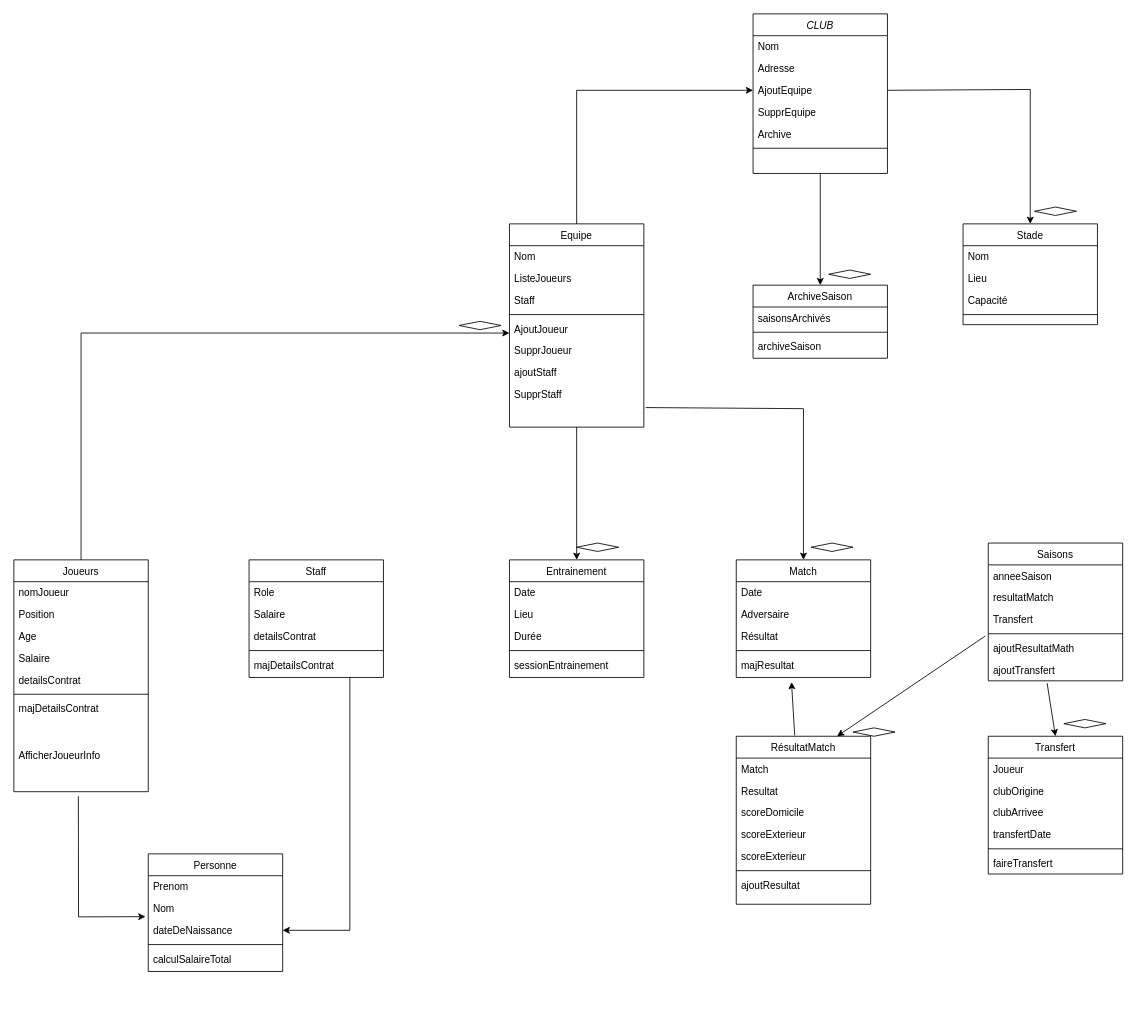
Above: Modélisation/Classe projet V2.drawio in Melonpaan/Projet-Club-Sportif (draw.io), before the change. Source tidied: cells renumbered, new cells numbered last; positions are measured from the earlier drawing's top-left corner, leaving out a move shared by most shapes. Both pictures are drawn from the tidied source at 84%, with x=0, y=0 at pixel (13, 13).
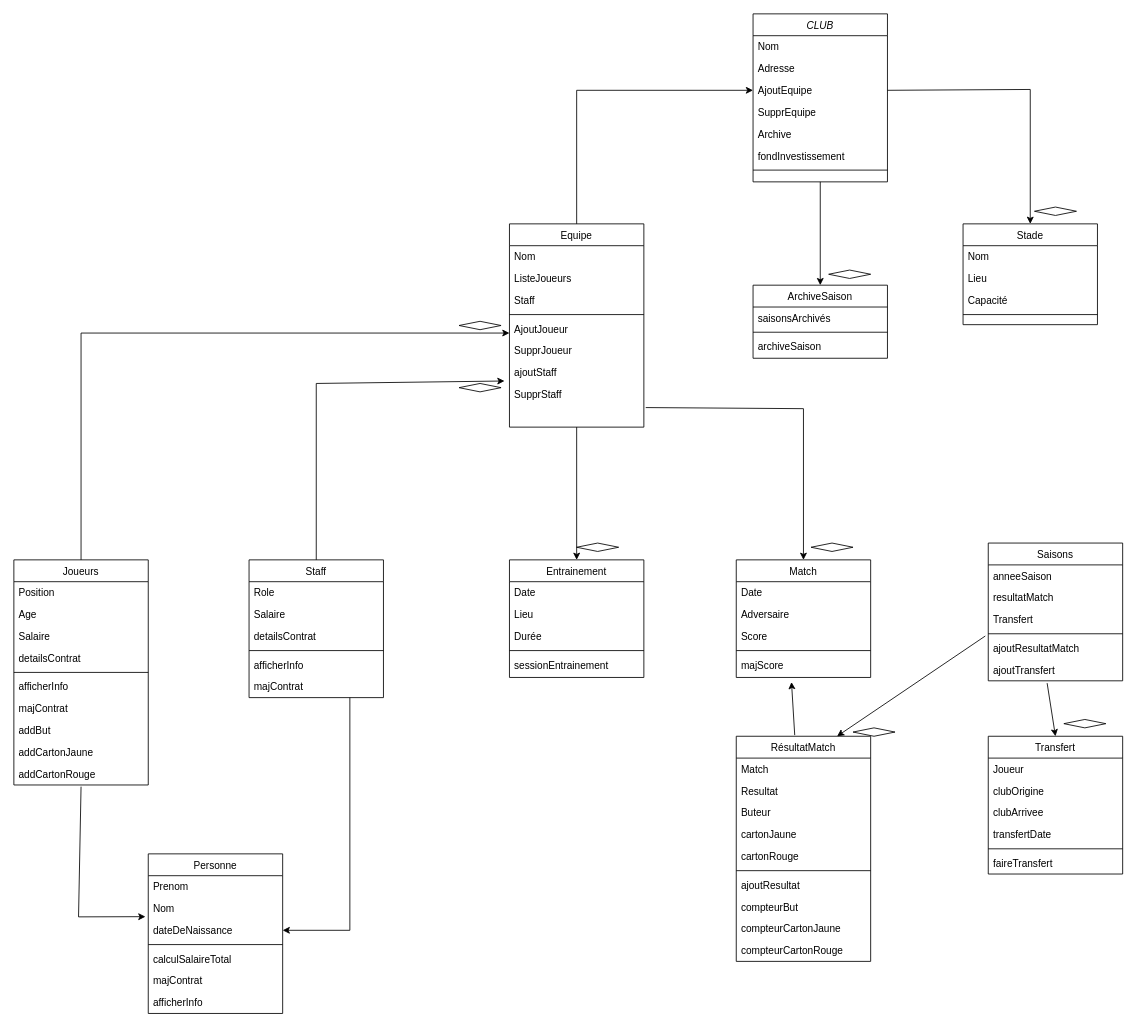
The same page after the edit.

Commit message:
IMP diagramme classes

The change refers to these unchanged cells:
```xml
<mxCell id="17" value="SupprStaff" style="text;align=left;verticalAlign=top;spacingLeft=4;spacingRight=4;overflow=hidden;points=[[0,0.5],[1,0.5]];portConstraint=eastwest;rounded=0;shadow=0;html=0;" parent="9" vertex="1">
  <mxGeometry y="190" width="160" height="26" as="geometry" />
</mxCell>
<mxCell id="37" value="Match" style="swimlane;fontStyle=0;align=center;verticalAlign=top;horizontal=1;startSize=26;rounded=0;shadow=0;strokeWidth=1;" parent="1" vertex="1">
  <mxGeometry x="860" y="650" width="160" height="140" as="geometry" />
</mxCell>
<mxCell id="64" value="dateDeNaissance" style="text;align=left;verticalAlign=top;spacingLeft=4;spacingRight=4;overflow=hidden;points=[[0,0.5],[1,0.5]];portConstraint=eastwest;rounded=0;shadow=0;html=0;" parent="61" vertex="1">
  <mxGeometry y="78" width="160" height="26" as="geometry" />
</mxCell>
<mxCell id="77" value="Saisons" style="swimlane;fontStyle=0;align=center;verticalAlign=top;horizontal=1;startSize=26;rounded=0;shadow=0;strokeWidth=1;" parent="1" vertex="1">
  <mxGeometry x="1160" y="630" width="160" height="164" as="geometry" />
</mxCell>
```

Change to the diagram source:
```diff
@@
     <mxCell id="2" value="CLUB" style="swimlane;fontStyle=2;align=center;verticalAlign=top;horizontal=1;startSize=26;rounded=0;shadow=0;strokeWidth=1;" parent="1" vertex="1">
-      <mxGeometry x="880" width="160" height="190" as="geometry" />
+      <mxGeometry x="880" width="160" height="200" as="geometry" />
     </mxCell>
@@
+    <mxCell id="100" value="fondInvestissement" style="text;align=left;verticalAlign=top;spacingLeft=4;spacingRight=4;overflow=hidden;rounded=0;shadow=0;html=0;" parent="2" vertex="1">
+      <mxGeometry y="156" width="160" height="26" as="geometry" />
+    </mxCell>
     <mxCell id="8" style="line;html=1;strokeWidth=1;align=left;verticalAlign=middle;spacingTop=-1;spacingLeft=3;spacingRight=3;labelPosition=right;" parent="2" vertex="1">
-      <mxGeometry y="156" width="160" height="8" as="geometry" />
+      <mxGeometry y="182" width="160" height="8" as="geometry" />
     </mxCell>
@@
-    <mxCell id="40" value="Résultat" style="text;align=left;verticalAlign=top;spacingLeft=4;spacingRight=4;overflow=hidden;rounded=0;shadow=0;html=0;" parent="37" vertex="1">
+    <mxCell id="40" value="Score" style="text;align=left;verticalAlign=top;spacingLeft=4;spacingRight=4;overflow=hidden;rounded=0;shadow=0;html=0;" parent="37" vertex="1">
       <mxGeometry y="78" width="160" height="26" as="geometry" />
     </mxCell>
@@
-    <mxCell id="42" value="majResultat" style="text;align=left;verticalAlign=top;spacingLeft=4;spacingRight=4;overflow=hidden;points=[[0,0.5],[1,0.5]];portConstraint=eastwest;fontStyle=0;" parent="37" vertex="1">
+    <mxCell id="42" value="majScore" style="text;align=left;verticalAlign=top;spacingLeft=4;spacingRight=4;overflow=hidden;points=[[0,0.5],[1,0.5]];portConstraint=eastwest;fontStyle=0;" parent="37" vertex="1">
       <mxGeometry y="112" width="160" height="26" as="geometry" />
     </mxCell>
@@
     <mxCell id="44" value="Staff" style="swimlane;fontStyle=0;align=center;verticalAlign=top;horizontal=1;startSize=26;rounded=0;shadow=0;strokeWidth=1;" parent="1" vertex="1">
-      <mxGeometry x="280" y="650" width="160" height="140" as="geometry" />
+      <mxGeometry x="280" y="650" width="160" height="164" as="geometry" />
     </mxCell>
@@
-    <mxCell id="49" value="majDetailsContrat" style="text;align=left;verticalAlign=top;spacingLeft=4;spacingRight=4;overflow=hidden;fontStyle=0;" parent="44" vertex="1">
-      <mxGeometry y="112" width="160" height="26" as="geometry" />
-    </mxCell>
+    <mxCell id="101" value="afficherInfo" style="text;align=left;verticalAlign=top;spacingLeft=4;spacingRight=4;overflow=hidden;rounded=0;shadow=0;html=0;" parent="44" vertex="1">
+      <mxGeometry y="112" width="160" height="26" as="geometry" />
+    </mxCell>
+    <mxCell id="102" value="majContrat" style="text;align=left;verticalAlign=top;spacingLeft=4;spacingRight=4;overflow=hidden;rounded=0;shadow=0;html=0;" parent="44" vertex="1">
+      <mxGeometry y="138" width="160" height="26" as="geometry" />
+    </mxCell>
     <mxCell id="50" value="Joueurs" style="swimlane;fontStyle=0;align=center;verticalAlign=top;horizontal=1;startSize=26;rounded=0;shadow=0;strokeWidth=1;" parent="1" vertex="1">
-      <mxGeometry y="650" width="160" height="276" as="geometry" />
+      <mxGeometry y="650" width="160" height="268" as="geometry" />
     </mxCell>
-    <mxCell id="51" value="nomJoueur" style="text;align=left;verticalAlign=top;spacingLeft=4;spacingRight=4;overflow=hidden;" parent="50" vertex="1">
-      <mxGeometry y="26" width="160" height="26" as="geometry" />
-    </mxCell>
     <mxCell id="52" value="Position" style="text;align=left;verticalAlign=top;spacingLeft=4;spacingRight=4;overflow=hidden;rounded=0;shadow=0;html=0;" parent="50" vertex="1">
-      <mxGeometry y="52" width="160" height="26" as="geometry" />
+      <mxGeometry y="26" width="160" height="26" as="geometry" />
     </mxCell>
     <mxCell id="53" value="Age" style="text;align=left;verticalAlign=top;spacingLeft=4;spacingRight=4;overflow=hidden;rounded=0;shadow=0;html=0;" parent="50" vertex="1">
-      <mxGeometry y="78" width="160" height="26" as="geometry" />
+      <mxGeometry y="52" width="160" height="26" as="geometry" />
     </mxCell>
     <mxCell id="54" value="Salaire" style="text;align=left;verticalAlign=top;spacingLeft=4;spacingRight=4;overflow=hidden;rounded=0;shadow=0;html=0;" parent="50" vertex="1">
-      <mxGeometry y="104" width="160" height="26" as="geometry" />
+      <mxGeometry y="78" width="160" height="26" as="geometry" />
     </mxCell>
     <mxCell id="55" value="detailsContrat" style="text;align=left;verticalAlign=top;spacingLeft=4;spacingRight=4;overflow=hidden;rounded=0;shadow=0;html=0;" parent="50" vertex="1">
-      <mxGeometry y="130" width="160" height="26" as="geometry" />
+      <mxGeometry y="104" width="160" height="26" as="geometry" />
     </mxCell>
     <mxCell id="56" style="line;html=1;strokeWidth=1;align=left;verticalAlign=middle;spacingTop=-1;spacingLeft=3;spacingRight=3;labelPosition=right;" parent="50" vertex="1">
-      <mxGeometry y="156" width="160" height="8" as="geometry" />
+      <mxGeometry y="130" width="160" height="8" as="geometry" />
     </mxCell>
-    <mxCell id="57" value="majDetailsContrat" style="text;align=left;verticalAlign=top;spacingLeft=4;spacingRight=4;overflow=hidden;fontStyle=0;" parent="50" vertex="1">
-      <mxGeometry y="164" width="160" height="56" as="geometry" />
-    </mxCell>
-    <mxCell id="58" value="AfficherJoueurInfo" style="text;align=left;verticalAlign=top;spacingLeft=4;spacingRight=4;overflow=hidden;points=[[0,0.5],[1,0.5]];portConstraint=eastwest;fontStyle=0;" parent="50" vertex="1">
-      <mxGeometry y="220" width="160" height="56" as="geometry" />
-    </mxCell>
+    <mxCell id="103" value="afficherInfo" style="text;align=left;verticalAlign=top;spacingLeft=4;spacingRight=4;overflow=hidden;rounded=0;shadow=0;html=0;" parent="50" vertex="1">
+      <mxGeometry y="138" width="160" height="26" as="geometry" />
+    </mxCell>
+    <mxCell id="104" value="majContrat" style="text;align=left;verticalAlign=top;spacingLeft=4;spacingRight=4;overflow=hidden;rounded=0;shadow=0;html=0;" parent="50" vertex="1">
+      <mxGeometry y="164" width="160" height="26" as="geometry" />
+    </mxCell>
+    <mxCell id="105" value="addBut" style="text;align=left;verticalAlign=top;spacingLeft=4;spacingRight=4;overflow=hidden;rounded=0;shadow=0;html=0;" parent="50" vertex="1">
+      <mxGeometry y="190" width="160" height="26" as="geometry" />
+    </mxCell>
+    <mxCell id="106" value="addCartonJaune" style="text;align=left;verticalAlign=top;spacingLeft=4;spacingRight=4;overflow=hidden;rounded=0;shadow=0;html=0;" parent="50" vertex="1">
+      <mxGeometry y="216" width="160" height="26" as="geometry" />
+    </mxCell>
+    <mxCell id="107" value="addCartonRouge" style="text;align=left;verticalAlign=top;spacingLeft=4;spacingRight=4;overflow=hidden;rounded=0;shadow=0;html=0;" parent="50" vertex="1">
+      <mxGeometry y="242" width="160" height="26" as="geometry" />
+    </mxCell>
@@
     <mxCell id="61" value="Personne" style="swimlane;fontStyle=0;align=center;verticalAlign=top;horizontal=1;startSize=26;rounded=0;shadow=0;strokeWidth=1;" parent="1" vertex="1">
-      <mxGeometry x="160" y="1000" width="160" height="140" as="geometry" />
+      <mxGeometry x="160" y="1000" width="160" height="190" as="geometry" />
     </mxCell>
@@
+    <mxCell id="108" value="majContrat" style="text;align=left;verticalAlign=top;spacingLeft=4;spacingRight=4;overflow=hidden;fontStyle=0;" parent="61" vertex="1">
+      <mxGeometry y="138" width="160" height="26" as="geometry" />
+    </mxCell>
+    <mxCell id="109" value="afficherInfo" style="text;align=left;verticalAlign=top;spacingLeft=4;spacingRight=4;overflow=hidden;fontStyle=0;" parent="61" vertex="1">
+      <mxGeometry y="164" width="160" height="26" as="geometry" />
+    </mxCell>
-    <mxCell id="67" style="endArrow=classic;html=1;rounded=0;exitX=0.48;exitY=1.096;exitDx=0;exitDy=0;exitPerimeter=0;entryX=-0.021;entryY=-0.124;entryDx=0;entryDy=0;entryPerimeter=0;" parent="1" edge="1" source="58" target="64">
+    <mxCell id="67" style="endArrow=classic;html=1;rounded=0;entryX=-0.021;entryY=-0.124;entryDx=0;entryDy=0;entryPerimeter=0;" parent="1" edge="1" target="64">
       <mxGeometry relative="1" as="geometry">
+        <mxPoint x="80" y="920" as="sourcePoint" />
         <Array as="points">
           <mxPoint x="77" y="1075" />
         </Array>
       </mxGeometry>
     </mxCell>
@@
     <mxCell id="69" value="RésultatMatch" style="swimlane;fontStyle=0;align=center;verticalAlign=top;horizontal=1;startSize=26;rounded=0;shadow=0;strokeWidth=1;" parent="1" vertex="1">
-      <mxGeometry x="860" y="860" width="160" height="200" as="geometry" />
+      <mxGeometry x="860" y="860" width="160" height="268" as="geometry" />
     </mxCell>
@@
-    <mxCell id="72" value="scoreDomicile" style="text;align=left;verticalAlign=top;spacingLeft=4;spacingRight=4;overflow=hidden;rounded=0;shadow=0;html=0;" parent="69" vertex="1">
+    <mxCell id="72" value="Buteur" style="text;align=left;verticalAlign=top;spacingLeft=4;spacingRight=4;overflow=hidden;rounded=0;shadow=0;html=0;" parent="69" vertex="1">
       <mxGeometry y="78" width="160" height="26" as="geometry" />
     </mxCell>
-    <mxCell id="73" value="scoreExterieur" style="text;align=left;verticalAlign=top;spacingLeft=4;spacingRight=4;overflow=hidden;rounded=0;shadow=0;html=0;" parent="69" vertex="1">
-      <mxGeometry y="104" width="160" height="26" as="geometry" />
-    </mxCell>
-    <mxCell id="74" value="scoreExterieur" style="text;align=left;verticalAlign=top;spacingLeft=4;spacingRight=4;overflow=hidden;rounded=0;shadow=0;html=0;" parent="69" vertex="1">
-      <mxGeometry y="130" width="160" height="26" as="geometry" />
-    </mxCell>
+    <mxCell id="110" value="cartonJaune" style="text;align=left;verticalAlign=top;spacingLeft=4;spacingRight=4;overflow=hidden;rounded=0;shadow=0;html=0;" parent="69" vertex="1">
+      <mxGeometry y="104" width="160" height="26" as="geometry" />
+    </mxCell>
+    <mxCell id="111" value="cartonRouge" style="text;align=left;verticalAlign=top;spacingLeft=4;spacingRight=4;overflow=hidden;rounded=0;shadow=0;html=0;" parent="69" vertex="1">
+      <mxGeometry y="130" width="160" height="26" as="geometry" />
+    </mxCell>
@@
+    <mxCell id="112" value="compteurBut" style="text;align=left;verticalAlign=top;spacingLeft=4;spacingRight=4;overflow=hidden;fontStyle=0;" parent="69" vertex="1">
+      <mxGeometry y="190" width="160" height="26" as="geometry" />
+    </mxCell>
+    <mxCell id="113" value="compteurCartonJaune" style="text;align=left;verticalAlign=top;spacingLeft=4;spacingRight=4;overflow=hidden;fontStyle=0;" parent="69" vertex="1">
+      <mxGeometry y="216" width="160" height="26" as="geometry" />
+    </mxCell>
+    <mxCell id="114" value="compteurCartonRouge" style="text;align=left;verticalAlign=top;spacingLeft=4;spacingRight=4;overflow=hidden;fontStyle=0;" parent="69" vertex="1">
+      <mxGeometry y="242" width="160" height="26" as="geometry" />
+    </mxCell>
@@
-    <mxCell id="82" value="ajoutResultatMath" style="text;align=left;verticalAlign=top;spacingLeft=4;spacingRight=4;overflow=hidden;points=[[0,0.5],[1,0.5]];portConstraint=eastwest;fontStyle=0;" parent="77" vertex="1">
+    <mxCell id="82" value="ajoutResultatMatch" style="text;align=left;verticalAlign=top;spacingLeft=4;spacingRight=4;overflow=hidden;points=[[0,0.5],[1,0.5]];portConstraint=eastwest;fontStyle=0;" parent="77" vertex="1">
       <mxGeometry y="112" width="160" height="26" as="geometry" />
     </mxCell>
@@
+    <mxCell id="115" style="endArrow=classic;html=1;rounded=0;exitX=0.5;exitY=0;exitDx=0;exitDy=0;entryX=-0.037;entryY=-0.113;entryDx=0;entryDy=0;entryPerimeter=0;" parent="1" edge="1" source="44" target="17">
+      <mxGeometry relative="1" as="geometry">
+        <Array as="points">
+          <mxPoint x="360" y="440" />
+        </Array>
+      </mxGeometry>
+    </mxCell>
+    <mxCell id="116" style="rhombus;whiteSpace=wrap;html=1;" parent="1" vertex="1">
+      <mxGeometry x="530" y="440" width="50" height="10" as="geometry" />
+    </mxCell>
```
